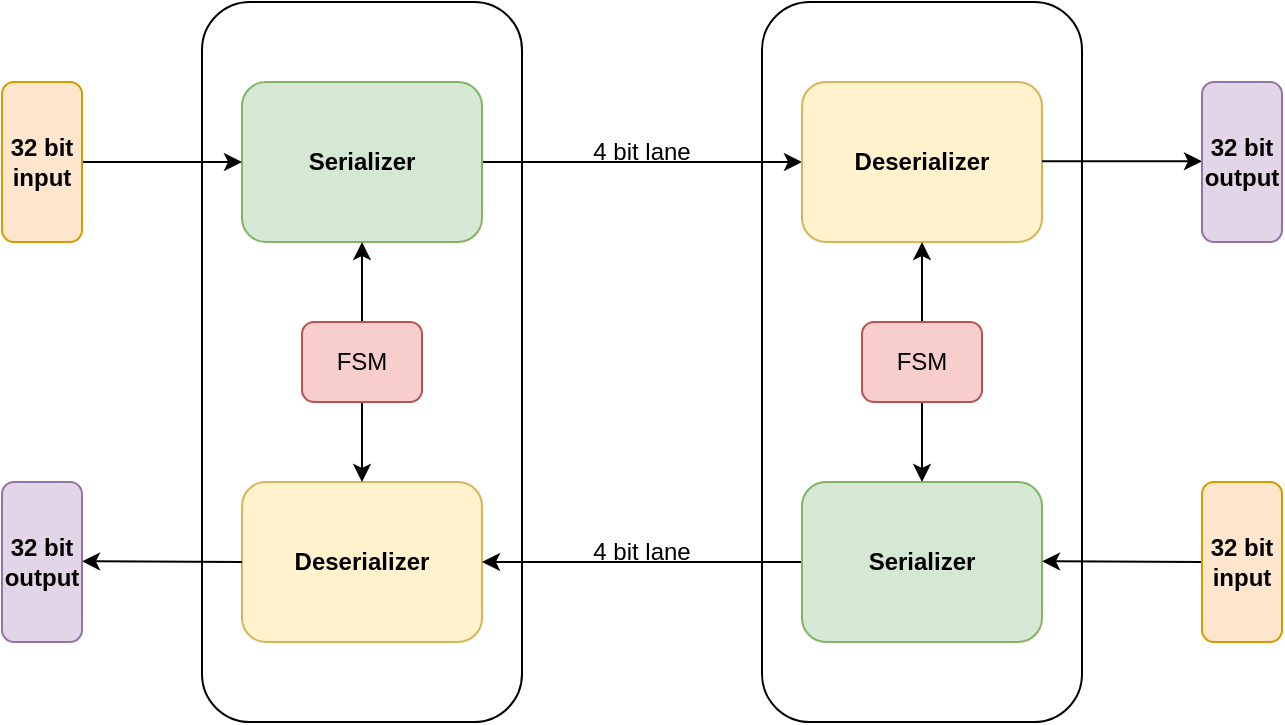
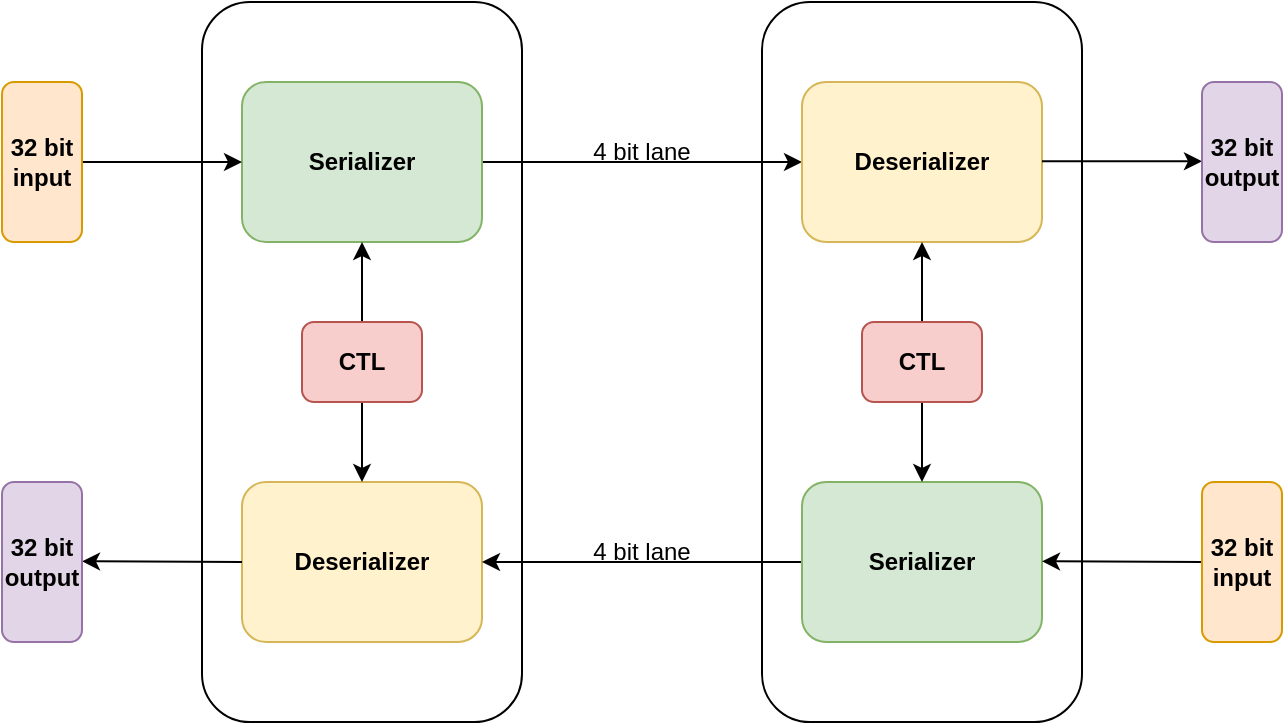
<mxfile host="app.diagrams.net" pages="4">
  <diagram name="SerDes Block Diagram" id="W4ALeMc_fcv-iuW4_5jM">
-     <mxGraphModel dx="637" dy="921" grid="1" gridSize="10" guides="1" tooltips="1" connect="1" arrows="1" fold="1" page="1" pageScale="1" pageWidth="850" pageHeight="1100" math="0" shadow="0">
+     <mxGraphModel dx="654" dy="921" grid="1" gridSize="10" guides="1" tooltips="1" connect="1" arrows="1" fold="1" page="1" pageScale="1" pageWidth="850" pageHeight="1100" math="0" shadow="0">
      <root>
        <mxCell id="0" />
        <mxCell id="1" parent="0" />
        <mxCell id="13rOEOkUA4Yrk083lLE4-12" parent="1" style="rounded=1;whiteSpace=wrap;html=1;" value="" vertex="1">
          <mxGeometry height="360" width="160" x="460" y="160" as="geometry" />
        </mxCell>
        <mxCell id="13rOEOkUA4Yrk083lLE4-11" parent="1" style="rounded=1;whiteSpace=wrap;html=1;" value="" vertex="1">
          <mxGeometry height="360" width="160" x="180" y="160" as="geometry" />
        </mxCell>
        <mxCell id="13rOEOkUA4Yrk083lLE4-9" edge="1" parent="1" source="D67Tu_U39foHL8RCta2M-1" style="edgeStyle=orthogonalEdgeStyle;rounded=0;orthogonalLoop=1;jettySize=auto;html=1;exitX=1;exitY=0.5;exitDx=0;exitDy=0;entryX=0;entryY=0.5;entryDx=0;entryDy=0;" target="13rOEOkUA4Yrk083lLE4-4">
          <mxGeometry relative="1" as="geometry" />
        </mxCell>
        <mxCell id="D67Tu_U39foHL8RCta2M-1" parent="1" style="rounded=1;whiteSpace=wrap;html=1;fontStyle=1;fillColor=#d5e8d4;strokeColor=#82b366;" value="Serializer" vertex="1">
          <mxGeometry height="80" width="120" x="200" y="200" as="geometry" />
        </mxCell>
        <mxCell id="D67Tu_U39foHL8RCta2M-2" parent="1" style="rounded=1;whiteSpace=wrap;html=1;fontStyle=1;fillColor=#fff2cc;strokeColor=#d6b656;" value="Deserializer" vertex="1">
          <mxGeometry height="80" width="120" x="200" y="400" as="geometry" />
        </mxCell>
        <mxCell id="13rOEOkUA4Yrk083lLE4-2" edge="1" parent="1" source="13rOEOkUA4Yrk083lLE4-1" style="edgeStyle=orthogonalEdgeStyle;rounded=0;orthogonalLoop=1;jettySize=auto;html=1;entryX=0.5;entryY=1;entryDx=0;entryDy=0;" target="D67Tu_U39foHL8RCta2M-1">
          <mxGeometry relative="1" as="geometry" />
        </mxCell>
        <mxCell id="13rOEOkUA4Yrk083lLE4-3" edge="1" parent="1" source="13rOEOkUA4Yrk083lLE4-1" style="edgeStyle=orthogonalEdgeStyle;rounded=0;orthogonalLoop=1;jettySize=auto;html=1;entryX=0.5;entryY=0;entryDx=0;entryDy=0;" target="D67Tu_U39foHL8RCta2M-2">
          <mxGeometry relative="1" as="geometry" />
        </mxCell>
-         <mxCell id="13rOEOkUA4Yrk083lLE4-1" parent="1" style="rounded=1;whiteSpace=wrap;html=1;fillColor=#f8cecc;strokeColor=#b85450;" value="FSM" vertex="1">
+         <mxCell id="13rOEOkUA4Yrk083lLE4-1" parent="1" style="rounded=1;whiteSpace=wrap;html=1;fillColor=#f8cecc;strokeColor=#b85450;fontStyle=1" value="CTL" vertex="1">
          <mxGeometry height="40" width="60" x="230" y="320" as="geometry" />
        </mxCell>
        <mxCell id="13rOEOkUA4Yrk083lLE4-4" parent="1" style="rounded=1;whiteSpace=wrap;html=1;fontStyle=1;fillColor=#fff2cc;strokeColor=#d6b656;" value="Deserializer" vertex="1">
          <mxGeometry height="80" width="120" x="480" y="200" as="geometry" />
        </mxCell>
        <mxCell id="13rOEOkUA4Yrk083lLE4-10" edge="1" parent="1" source="13rOEOkUA4Yrk083lLE4-5" style="edgeStyle=orthogonalEdgeStyle;rounded=0;orthogonalLoop=1;jettySize=auto;html=1;entryX=1;entryY=0.5;entryDx=0;entryDy=0;" target="D67Tu_U39foHL8RCta2M-2">
          <mxGeometry relative="1" as="geometry" />
        </mxCell>
        <mxCell id="13rOEOkUA4Yrk083lLE4-5" parent="1" style="rounded=1;whiteSpace=wrap;html=1;fontStyle=1;fillColor=#d5e8d4;strokeColor=#82b366;" value="Serializer" vertex="1">
          <mxGeometry height="80" width="120" x="480" y="400" as="geometry" />
        </mxCell>
        <mxCell id="13rOEOkUA4Yrk083lLE4-6" edge="1" parent="1" source="13rOEOkUA4Yrk083lLE4-8" style="edgeStyle=orthogonalEdgeStyle;rounded=0;orthogonalLoop=1;jettySize=auto;html=1;entryX=0.5;entryY=1;entryDx=0;entryDy=0;" target="13rOEOkUA4Yrk083lLE4-4">
          <mxGeometry relative="1" as="geometry" />
        </mxCell>
        <mxCell id="13rOEOkUA4Yrk083lLE4-7" edge="1" parent="1" source="13rOEOkUA4Yrk083lLE4-8" style="edgeStyle=orthogonalEdgeStyle;rounded=0;orthogonalLoop=1;jettySize=auto;html=1;entryX=0.5;entryY=0;entryDx=0;entryDy=0;" target="13rOEOkUA4Yrk083lLE4-5">
          <mxGeometry relative="1" as="geometry" />
        </mxCell>
-         <mxCell id="13rOEOkUA4Yrk083lLE4-8" parent="1" style="rounded=1;whiteSpace=wrap;html=1;fillColor=#f8cecc;strokeColor=#b85450;" value="FSM" vertex="1">
+         <mxCell id="13rOEOkUA4Yrk083lLE4-8" parent="1" style="rounded=1;whiteSpace=wrap;html=1;fillColor=#f8cecc;strokeColor=#b85450;fontStyle=1" value="CTL" vertex="1">
          <mxGeometry height="40" width="60" x="510" y="320" as="geometry" />
        </mxCell>
        <mxCell id="13rOEOkUA4Yrk083lLE4-13" edge="1" parent="1" style="endArrow=classic;html=1;rounded=0;" value="">
          <mxGeometry height="50" relative="1" width="50" as="geometry">
            <mxPoint x="120" y="240" as="sourcePoint" />
            <mxPoint x="200" y="240" as="targetPoint" />
          </mxGeometry>
        </mxCell>
        <mxCell id="13rOEOkUA4Yrk083lLE4-14" edge="1" parent="1" style="endArrow=classic;html=1;rounded=0;" value="">
          <mxGeometry height="50" relative="1" width="50" as="geometry">
            <mxPoint x="600" y="239.66" as="sourcePoint" />
            <mxPoint x="680" y="239.66" as="targetPoint" />
          </mxGeometry>
        </mxCell>
        <mxCell id="13rOEOkUA4Yrk083lLE4-15" edge="1" parent="1" style="endArrow=classic;html=1;rounded=0;" value="">
          <mxGeometry height="50" relative="1" width="50" as="geometry">
            <mxPoint x="680" y="440" as="sourcePoint" />
            <mxPoint x="600" y="439.65999999999997" as="targetPoint" />
          </mxGeometry>
        </mxCell>
        <mxCell id="13rOEOkUA4Yrk083lLE4-16" edge="1" parent="1" style="endArrow=classic;html=1;rounded=0;" value="">
          <mxGeometry height="50" relative="1" width="50" as="geometry">
            <mxPoint x="200" y="440" as="sourcePoint" />
            <mxPoint x="120" y="439.65999999999997" as="targetPoint" />
          </mxGeometry>
        </mxCell>
        <mxCell id="13rOEOkUA4Yrk083lLE4-17" parent="1" style="rounded=1;whiteSpace=wrap;html=1;fillColor=#ffe6cc;strokeColor=#d79b00;fontStyle=1" value="32 bit input" vertex="1">
          <mxGeometry height="80" width="40" x="80" y="200" as="geometry" />
        </mxCell>
        <mxCell id="13rOEOkUA4Yrk083lLE4-18" parent="1" style="rounded=1;whiteSpace=wrap;html=1;fillColor=#e1d5e7;strokeColor=#9673a6;fontStyle=1" value="32 bit output" vertex="1">
          <mxGeometry height="80" width="40" x="80" y="400" as="geometry" />
        </mxCell>
        <mxCell id="13rOEOkUA4Yrk083lLE4-19" parent="1" style="rounded=1;whiteSpace=wrap;html=1;fillColor=#e1d5e7;strokeColor=#9673a6;fontStyle=1" value="32 bit output" vertex="1">
          <mxGeometry height="80" width="40" x="680" y="200" as="geometry" />
        </mxCell>
        <mxCell id="13rOEOkUA4Yrk083lLE4-20" parent="1" style="rounded=1;whiteSpace=wrap;html=1;fillColor=#ffe6cc;strokeColor=#d79b00;fontStyle=1" value="32 bit input" vertex="1">
          <mxGeometry height="80" width="40" x="680" y="400" as="geometry" />
        </mxCell>
        <mxCell id="13rOEOkUA4Yrk083lLE4-21" parent="1" style="text;html=1;whiteSpace=wrap;strokeColor=none;fillColor=none;align=center;verticalAlign=middle;rounded=0;" value="4 bit lane" vertex="1">
          <mxGeometry height="30" width="60" x="370" y="220" as="geometry" />
        </mxCell>
        <mxCell id="13rOEOkUA4Yrk083lLE4-22" parent="1" style="text;html=1;whiteSpace=wrap;strokeColor=none;fillColor=none;align=center;verticalAlign=middle;rounded=0;" value="4 bit lane" vertex="1">
          <mxGeometry height="30" width="60" x="370" y="420" as="geometry" />
        </mxCell>
      </root>
    </mxGraphModel>
  </diagram>
  <diagram id="SM-vHWCTu8mX1VBDOvTN" name="Serializer">
    <mxGraphModel dx="449" dy="631" grid="1" gridSize="10" guides="1" tooltips="1" connect="1" arrows="1" fold="1" page="1" pageScale="1" pageWidth="850" pageHeight="1100" math="0" shadow="0">
      <root>
        <mxCell id="0" />
        <mxCell id="1" parent="0" />
        <mxCell id="HrDtkqU3LfZi8aYhjFWm-23" parent="1" style="rounded=0;whiteSpace=wrap;html=1;fillColor=#f5f5f5;fontColor=#333333;strokeColor=#666666;" value="" vertex="1">
          <mxGeometry height="350" width="390" x="150" y="150" as="geometry" />
        </mxCell>
        <mxCell id="pC2hHluhtUZVfC5RP3EN-9" edge="1" parent="1" source="pC2hHluhtUZVfC5RP3EN-1" style="edgeStyle=orthogonalEdgeStyle;rounded=0;orthogonalLoop=1;jettySize=auto;html=1;entryX=0;entryY=0.5;entryDx=0;entryDy=0;strokeWidth=3;fontStyle=1" target="pC2hHluhtUZVfC5RP3EN-5">
          <mxGeometry relative="1" as="geometry" />
        </mxCell>
        <mxCell id="pC2hHluhtUZVfC5RP3EN-1" parent="1" style="rounded=1;whiteSpace=wrap;html=1;fontStyle=1;fillColor=#f8cecc;strokeColor=#b85450;" value="8b_10b encoder" vertex="1">
          <mxGeometry height="60" width="120" x="240" y="160" as="geometry" />
        </mxCell>
        <mxCell id="pC2hHluhtUZVfC5RP3EN-11" edge="1" parent="1" source="pC2hHluhtUZVfC5RP3EN-2" style="edgeStyle=orthogonalEdgeStyle;rounded=0;orthogonalLoop=1;jettySize=auto;html=1;strokeWidth=3;fontStyle=1" target="pC2hHluhtUZVfC5RP3EN-6" value="">
          <mxGeometry relative="1" as="geometry" />
        </mxCell>
        <mxCell id="pC2hHluhtUZVfC5RP3EN-2" parent="1" style="rounded=1;whiteSpace=wrap;html=1;fontStyle=1;fillColor=#f8cecc;strokeColor=#b85450;" value="8b_10b encoder" vertex="1">
          <mxGeometry height="60" width="120" x="240" y="240" as="geometry" />
        </mxCell>
        <mxCell id="pC2hHluhtUZVfC5RP3EN-12" edge="1" parent="1" source="pC2hHluhtUZVfC5RP3EN-3" style="edgeStyle=orthogonalEdgeStyle;rounded=0;orthogonalLoop=1;jettySize=auto;html=1;strokeWidth=3;fontStyle=1" target="pC2hHluhtUZVfC5RP3EN-7" value="">
          <mxGeometry relative="1" as="geometry" />
        </mxCell>
        <mxCell id="pC2hHluhtUZVfC5RP3EN-3" parent="1" style="rounded=1;whiteSpace=wrap;html=1;fontStyle=1;fillColor=#f8cecc;strokeColor=#b85450;" value="8b_10b encoder" vertex="1">
          <mxGeometry height="60" width="120" x="240" y="320" as="geometry" />
        </mxCell>
        <mxCell id="pC2hHluhtUZVfC5RP3EN-13" edge="1" parent="1" source="pC2hHluhtUZVfC5RP3EN-4" style="edgeStyle=orthogonalEdgeStyle;rounded=0;orthogonalLoop=1;jettySize=auto;html=1;strokeWidth=3;fontStyle=1" target="pC2hHluhtUZVfC5RP3EN-8" value="">
          <mxGeometry relative="1" as="geometry" />
        </mxCell>
        <mxCell id="pC2hHluhtUZVfC5RP3EN-4" parent="1" style="rounded=1;whiteSpace=wrap;html=1;fontStyle=1;fillColor=#f8cecc;strokeColor=#b85450;" value="8b_10b encoder" vertex="1">
          <mxGeometry height="60" width="120" x="240" y="400" as="geometry" />
        </mxCell>
        <mxCell id="89ZLC0GaL6CsAaurwa_B-12" edge="1" parent="1" source="pC2hHluhtUZVfC5RP3EN-5" style="edgeStyle=orthogonalEdgeStyle;rounded=0;orthogonalLoop=1;jettySize=auto;html=1;">
          <mxGeometry relative="1" as="geometry">
            <mxPoint x="560" y="190" as="targetPoint" />
          </mxGeometry>
        </mxCell>
        <mxCell id="pC2hHluhtUZVfC5RP3EN-5" parent="1" style="rounded=1;whiteSpace=wrap;html=1;fontStyle=1;fillColor=#ffe6cc;strokeColor=#d79b00;" value="PISO" vertex="1">
          <mxGeometry height="60" width="120" x="400" y="160" as="geometry" />
        </mxCell>
        <mxCell id="89ZLC0GaL6CsAaurwa_B-13" edge="1" parent="1" source="pC2hHluhtUZVfC5RP3EN-6" style="edgeStyle=orthogonalEdgeStyle;rounded=0;orthogonalLoop=1;jettySize=auto;html=1;">
          <mxGeometry relative="1" as="geometry">
            <mxPoint x="560" y="270" as="targetPoint" />
          </mxGeometry>
        </mxCell>
        <mxCell id="pC2hHluhtUZVfC5RP3EN-6" parent="1" style="rounded=1;whiteSpace=wrap;html=1;fontStyle=1;fillColor=#ffe6cc;strokeColor=#d79b00;" value="PISO" vertex="1">
          <mxGeometry height="60" width="120" x="400" y="240" as="geometry" />
        </mxCell>
        <mxCell id="89ZLC0GaL6CsAaurwa_B-14" edge="1" parent="1" source="pC2hHluhtUZVfC5RP3EN-7" style="edgeStyle=orthogonalEdgeStyle;rounded=0;orthogonalLoop=1;jettySize=auto;html=1;">
          <mxGeometry relative="1" as="geometry">
            <mxPoint x="560" y="350" as="targetPoint" />
          </mxGeometry>
        </mxCell>
        <mxCell id="pC2hHluhtUZVfC5RP3EN-7" parent="1" style="rounded=1;whiteSpace=wrap;html=1;fontStyle=1;fillColor=#ffe6cc;strokeColor=#d79b00;" value="PISO" vertex="1">
          <mxGeometry height="60" width="120" x="400" y="320" as="geometry" />
        </mxCell>
        <mxCell id="89ZLC0GaL6CsAaurwa_B-15" edge="1" parent="1" source="pC2hHluhtUZVfC5RP3EN-8" style="edgeStyle=orthogonalEdgeStyle;rounded=0;orthogonalLoop=1;jettySize=auto;html=1;">
          <mxGeometry relative="1" as="geometry">
            <mxPoint x="560" y="430" as="targetPoint" />
          </mxGeometry>
        </mxCell>
        <mxCell id="pC2hHluhtUZVfC5RP3EN-8" parent="1" style="rounded=1;whiteSpace=wrap;html=1;fontStyle=1;fillColor=#ffe6cc;strokeColor=#d79b00;" value="PISO" vertex="1">
          <mxGeometry height="60" width="120" x="400" y="400" as="geometry" />
        </mxCell>
        <mxCell id="89ZLC0GaL6CsAaurwa_B-1" parent="1" style="rounded=1;whiteSpace=wrap;html=1;fillColor=#ffe6cc;strokeColor=#d79b00;fontStyle=1" value="32 bit input" vertex="1">
          <mxGeometry height="80" width="40" x="80" y="270" as="geometry" />
        </mxCell>
        <mxCell id="89ZLC0GaL6CsAaurwa_B-3" edge="1" parent="1" source="89ZLC0GaL6CsAaurwa_B-1" style="endArrow=none;html=1;rounded=0;exitX=1;exitY=0.5;exitDx=0;exitDy=0;strokeWidth=3;" value="">
          <mxGeometry height="50" relative="1" width="50" as="geometry">
            <mxPoint x="150" y="310" as="sourcePoint" />
            <mxPoint x="160" y="310" as="targetPoint" />
          </mxGeometry>
        </mxCell>
        <mxCell id="89ZLC0GaL6CsAaurwa_B-4" edge="1" parent="1" source="89ZLC0GaL6CsAaurwa_B-17" style="endArrow=none;html=1;rounded=0;strokeWidth=3;" value="">
          <mxGeometry height="50" relative="1" width="50" as="geometry">
            <mxPoint x="160" y="430" as="sourcePoint" />
            <mxPoint x="160" y="190" as="targetPoint" />
          </mxGeometry>
        </mxCell>
        <mxCell id="89ZLC0GaL6CsAaurwa_B-5" edge="1" parent="1" style="endArrow=classic;html=1;rounded=0;entryX=0;entryY=0.5;entryDx=0;entryDy=0;strokeWidth=3;" target="pC2hHluhtUZVfC5RP3EN-1" value="">
          <mxGeometry height="50" relative="1" width="50" as="geometry">
            <mxPoint x="160" y="190" as="sourcePoint" />
            <mxPoint x="210" y="160" as="targetPoint" />
          </mxGeometry>
        </mxCell>
        <mxCell id="89ZLC0GaL6CsAaurwa_B-6" edge="1" parent="1" source="89ZLC0GaL6CsAaurwa_B-9" style="endArrow=classic;html=1;rounded=0;entryX=0;entryY=0.5;entryDx=0;entryDy=0;strokeWidth=3;" value="">
          <mxGeometry height="50" relative="1" width="50" as="geometry">
            <mxPoint x="160" y="269.9" as="sourcePoint" />
            <mxPoint x="240" y="269.9" as="targetPoint" />
          </mxGeometry>
        </mxCell>
        <mxCell id="89ZLC0GaL6CsAaurwa_B-7" edge="1" parent="1" source="89ZLC0GaL6CsAaurwa_B-11" style="endArrow=classic;html=1;rounded=0;entryX=0;entryY=0.5;entryDx=0;entryDy=0;strokeWidth=3;" value="">
          <mxGeometry height="50" relative="1" width="50" as="geometry">
            <mxPoint x="160" y="349.9" as="sourcePoint" />
            <mxPoint x="240" y="349.9" as="targetPoint" />
          </mxGeometry>
        </mxCell>
        <mxCell id="89ZLC0GaL6CsAaurwa_B-8" edge="1" parent="1" style="endArrow=classic;html=1;rounded=0;entryX=0;entryY=0.5;entryDx=0;entryDy=0;strokeWidth=3;" value="">
          <mxGeometry height="50" relative="1" width="50" as="geometry">
            <mxPoint x="160" y="429.9" as="sourcePoint" />
            <mxPoint x="240" y="429.9" as="targetPoint" />
          </mxGeometry>
        </mxCell>
        <mxCell id="89ZLC0GaL6CsAaurwa_B-9" parent="1" style="shape=waypoint;sketch=0;fillStyle=solid;size=6;pointerEvents=1;points=[];fillColor=none;resizable=0;rotatable=0;perimeter=centerPerimeter;snapToPoint=1;strokeWidth=3;fontStyle=0" value="" vertex="1">
          <mxGeometry height="20" width="20" x="150" y="259.9" as="geometry" />
        </mxCell>
        <mxCell id="89ZLC0GaL6CsAaurwa_B-10" edge="1" parent="1" style="endArrow=classic;html=1;rounded=0;entryDx=0;entryDy=0;strokeWidth=3;" target="89ZLC0GaL6CsAaurwa_B-11" value="">
          <mxGeometry height="50" relative="1" width="50" as="geometry">
            <mxPoint x="160" y="349.9" as="sourcePoint" />
            <mxPoint x="240" y="349.9" as="targetPoint" />
          </mxGeometry>
        </mxCell>
        <mxCell id="89ZLC0GaL6CsAaurwa_B-11" parent="1" style="shape=waypoint;sketch=0;fillStyle=solid;size=6;pointerEvents=1;points=[];fillColor=none;resizable=0;rotatable=0;perimeter=centerPerimeter;snapToPoint=1;strokeWidth=3;" value="" vertex="1">
          <mxGeometry height="20" width="20" x="150" y="340" as="geometry" />
        </mxCell>
        <mxCell id="89ZLC0GaL6CsAaurwa_B-18" edge="1" parent="1" style="endArrow=none;html=1;rounded=0;strokeWidth=3;" target="89ZLC0GaL6CsAaurwa_B-17" value="">
          <mxGeometry height="50" relative="1" width="50" as="geometry">
            <mxPoint x="160" y="430" as="sourcePoint" />
            <mxPoint x="160" y="190" as="targetPoint" />
          </mxGeometry>
        </mxCell>
        <mxCell id="89ZLC0GaL6CsAaurwa_B-17" parent="1" style="shape=waypoint;sketch=0;fillStyle=solid;size=6;pointerEvents=1;points=[];fillColor=none;resizable=0;rotatable=0;perimeter=centerPerimeter;snapToPoint=1;strokeWidth=3;fontStyle=0" value="" vertex="1">
          <mxGeometry height="20" width="20" x="150" y="300" as="geometry" />
        </mxCell>
        <mxCell id="HrDtkqU3LfZi8aYhjFWm-1" parent="1" style="text;html=1;whiteSpace=wrap;strokeColor=none;fillColor=none;align=center;verticalAlign=middle;rounded=0;" value="8 bit [31:24]" vertex="1">
          <mxGeometry height="30" width="70" x="160" y="160" as="geometry" />
        </mxCell>
        <mxCell id="HrDtkqU3LfZi8aYhjFWm-2" parent="1" style="text;html=1;whiteSpace=wrap;strokeColor=none;fillColor=none;align=center;verticalAlign=middle;rounded=0;" value="8 bit [23:16]" vertex="1">
          <mxGeometry height="30" width="70" x="160" y="240" as="geometry" />
        </mxCell>
        <mxCell id="HrDtkqU3LfZi8aYhjFWm-3" parent="1" style="text;html=1;whiteSpace=wrap;strokeColor=none;fillColor=none;align=center;verticalAlign=middle;rounded=0;" value="8 bit [15:8]" vertex="1">
          <mxGeometry height="30" width="70" x="160" y="320" as="geometry" />
        </mxCell>
        <mxCell id="HrDtkqU3LfZi8aYhjFWm-4" parent="1" style="text;html=1;whiteSpace=wrap;strokeColor=none;fillColor=none;align=center;verticalAlign=middle;rounded=0;" value="8 bit [7:0]" vertex="1">
          <mxGeometry height="30" width="70" x="160" y="400" as="geometry" />
        </mxCell>
        <mxCell id="HrDtkqU3LfZi8aYhjFWm-6" edge="1" parent="1" style="endArrow=classic;html=1;rounded=0;entryX=0.5;entryY=1;entryDx=0;entryDy=0;fillColor=#ffe6cc;strokeColor=#d79b00;" target="pC2hHluhtUZVfC5RP3EN-8" value="">
          <mxGeometry height="50" relative="1" width="50" as="geometry">
            <mxPoint x="460" y="490" as="sourcePoint" />
            <mxPoint x="470" y="470" as="targetPoint" />
          </mxGeometry>
        </mxCell>
        <mxCell id="HrDtkqU3LfZi8aYhjFWm-7" edge="1" parent="1" style="endArrow=classic;html=1;rounded=0;entryX=0.5;entryY=1;entryDx=0;entryDy=0;fillColor=#ffe6cc;strokeColor=#d79b00;" value="">
          <mxGeometry height="50" relative="1" width="50" as="geometry">
            <mxPoint x="459.83" y="400" as="sourcePoint" />
            <mxPoint x="459.83" y="380" as="targetPoint" />
          </mxGeometry>
        </mxCell>
        <mxCell id="HrDtkqU3LfZi8aYhjFWm-8" edge="1" parent="1" style="endArrow=classic;html=1;rounded=0;entryX=0.5;entryY=1;entryDx=0;entryDy=0;fillColor=#ffe6cc;strokeColor=#d79b00;" value="">
          <mxGeometry height="50" relative="1" width="50" as="geometry">
            <mxPoint x="459.92" y="320" as="sourcePoint" />
            <mxPoint x="459.92" y="300" as="targetPoint" />
          </mxGeometry>
        </mxCell>
        <mxCell id="HrDtkqU3LfZi8aYhjFWm-9" edge="1" parent="1" style="endArrow=classic;html=1;rounded=0;entryX=0.5;entryY=1;entryDx=0;entryDy=0;fillColor=#ffe6cc;strokeColor=#d79b00;" value="">
          <mxGeometry height="50" relative="1" width="50" as="geometry">
            <mxPoint x="459.75" y="240" as="sourcePoint" />
            <mxPoint x="459.75" y="220" as="targetPoint" />
          </mxGeometry>
        </mxCell>
        <mxCell id="HrDtkqU3LfZi8aYhjFWm-10" edge="1" parent="1" style="endArrow=none;html=1;rounded=0;fillColor=#ffe6cc;strokeColor=#d79b00;" value="">
          <mxGeometry height="50" relative="1" width="50" as="geometry">
            <mxPoint x="120" y="490" as="sourcePoint" />
            <mxPoint x="460" y="490" as="targetPoint" />
          </mxGeometry>
        </mxCell>
        <mxCell id="HrDtkqU3LfZi8aYhjFWm-15" edge="1" parent="1" style="endArrow=classic;html=1;rounded=0;entryX=0.5;entryY=1;entryDx=0;entryDy=0;fillColor=#f8cecc;strokeColor=#b85450;" value="">
          <mxGeometry height="50" relative="1" width="50" as="geometry">
            <mxPoint x="299.93" y="480" as="sourcePoint" />
            <mxPoint x="299.93" y="460" as="targetPoint" />
          </mxGeometry>
        </mxCell>
        <mxCell id="HrDtkqU3LfZi8aYhjFWm-16" edge="1" parent="1" style="endArrow=classic;html=1;rounded=0;entryX=0.5;entryY=1;entryDx=0;entryDy=0;fillColor=#f8cecc;strokeColor=#b85450;" value="">
          <mxGeometry height="50" relative="1" width="50" as="geometry">
            <mxPoint x="299.76" y="400" as="sourcePoint" />
            <mxPoint x="299.76" y="380" as="targetPoint" />
          </mxGeometry>
        </mxCell>
        <mxCell id="HrDtkqU3LfZi8aYhjFWm-17" edge="1" parent="1" style="endArrow=classic;html=1;rounded=0;entryX=0.5;entryY=1;entryDx=0;entryDy=0;fillColor=#f8cecc;strokeColor=#b85450;" value="">
          <mxGeometry height="50" relative="1" width="50" as="geometry">
            <mxPoint x="299.85" y="320" as="sourcePoint" />
            <mxPoint x="299.85" y="300" as="targetPoint" />
          </mxGeometry>
        </mxCell>
        <mxCell id="HrDtkqU3LfZi8aYhjFWm-18" edge="1" parent="1" style="endArrow=classic;html=1;rounded=0;entryX=0.5;entryY=1;entryDx=0;entryDy=0;fillColor=#f8cecc;strokeColor=#b85450;" value="">
          <mxGeometry height="50" relative="1" width="50" as="geometry">
            <mxPoint x="299.68" y="240" as="sourcePoint" />
            <mxPoint x="299.68" y="220" as="targetPoint" />
          </mxGeometry>
        </mxCell>
        <mxCell id="HrDtkqU3LfZi8aYhjFWm-19" edge="1" parent="1" style="endArrow=none;html=1;rounded=0;fillColor=#f8cecc;strokeColor=#b85450;" value="">
          <mxGeometry height="50" relative="1" width="50" as="geometry">
            <mxPoint x="120" y="480" as="sourcePoint" />
            <mxPoint x="300" y="480" as="targetPoint" />
          </mxGeometry>
        </mxCell>
        <mxCell id="HrDtkqU3LfZi8aYhjFWm-20" parent="1" style="text;html=1;whiteSpace=wrap;strokeColor=none;fillColor=none;align=center;verticalAlign=middle;rounded=0;" value="enc_en" vertex="1">
          <mxGeometry height="20" width="70" x="90" y="460" as="geometry" />
        </mxCell>
        <mxCell id="HrDtkqU3LfZi8aYhjFWm-21" parent="1" style="text;html=1;whiteSpace=wrap;strokeColor=none;fillColor=none;align=center;verticalAlign=middle;rounded=0;" value="load" vertex="1">
          <mxGeometry height="20" width="60" x="95" y="490" as="geometry" />
        </mxCell>
        <mxCell id="QcQl9qD14WPaOGdumEFb-1" parent="1" style="text;html=1;whiteSpace=wrap;strokeColor=none;fillColor=none;align=center;verticalAlign=middle;rounded=0;" value="serial_o_1" vertex="1">
          <mxGeometry height="30" width="70" x="560" y="175" as="geometry" />
        </mxCell>
        <mxCell id="QcQl9qD14WPaOGdumEFb-2" parent="1" style="text;html=1;whiteSpace=wrap;strokeColor=none;fillColor=none;align=center;verticalAlign=middle;rounded=0;" value="serial_o_2" vertex="1">
          <mxGeometry height="30" width="70" x="560" y="254.9" as="geometry" />
        </mxCell>
        <mxCell id="QcQl9qD14WPaOGdumEFb-3" parent="1" style="text;html=1;whiteSpace=wrap;strokeColor=none;fillColor=none;align=center;verticalAlign=middle;rounded=0;" value="serial_o_3" vertex="1">
          <mxGeometry height="30" width="70" x="560" y="335" as="geometry" />
        </mxCell>
        <mxCell id="QcQl9qD14WPaOGdumEFb-4" parent="1" style="text;html=1;whiteSpace=wrap;strokeColor=none;fillColor=none;align=center;verticalAlign=middle;rounded=0;" value="serial_o_4" vertex="1">
          <mxGeometry height="30" width="70" x="560" y="415" as="geometry" />
        </mxCell>
      </root>
    </mxGraphModel>
  </diagram>
  <diagram id="Xj6hvQzYHJ6Y6QKgor_t" name="Deserializer">
    <mxGraphModel dx="654" dy="921" grid="1" gridSize="10" guides="1" tooltips="1" connect="1" arrows="1" fold="1" page="1" pageScale="1" pageWidth="850" pageHeight="1100" math="0" shadow="0">
      <root>
        <mxCell id="0" />
        <mxCell id="1" parent="0" />
        <mxCell id="0dXxwzbn42iffygLzoBh-2" parent="1" style="rounded=0;whiteSpace=wrap;html=1;fillColor=#f5f5f5;fontColor=#333333;strokeColor=#666666;" value="" vertex="1">
          <mxGeometry height="360" width="350" x="260" y="270" as="geometry" />
        </mxCell>
        <mxCell id="9Eho-R_DtEHTD2qOrNkG-1" parent="1" style="rounded=1;whiteSpace=wrap;html=1;fontStyle=1;fillColor=#f8cecc;strokeColor=#b85450;" value="10b_8b decoder" vertex="1">
          <mxGeometry height="60" width="120" x="440" y="280" as="geometry" />
        </mxCell>
        <mxCell id="9Eho-R_DtEHTD2qOrNkG-2" parent="1" style="rounded=1;whiteSpace=wrap;html=1;fontStyle=1;fillColor=#f8cecc;strokeColor=#b85450;" value="10b_8b decoder" vertex="1">
          <mxGeometry height="60" width="120" x="440" y="360" as="geometry" />
        </mxCell>
        <mxCell id="9Eho-R_DtEHTD2qOrNkG-3" parent="1" style="rounded=1;whiteSpace=wrap;html=1;fontStyle=1;fillColor=#f8cecc;strokeColor=#b85450;" value="10b_8b decoder" vertex="1">
          <mxGeometry height="60" width="120" x="440" y="440" as="geometry" />
        </mxCell>
        <mxCell id="9Eho-R_DtEHTD2qOrNkG-4" parent="1" style="rounded=1;whiteSpace=wrap;html=1;fontStyle=1;fillColor=#f8cecc;strokeColor=#b85450;" value="10b_8b decoder" vertex="1">
          <mxGeometry height="60" width="120" x="440" y="520" as="geometry" />
        </mxCell>
        <mxCell id="9Eho-R_DtEHTD2qOrNkG-6" edge="1" parent="1" style="endArrow=classic;html=1;rounded=0;entryX=0.5;entryY=1;entryDx=0;entryDy=0;fillColor=#f8cecc;strokeColor=#b85450;" value="">
          <mxGeometry height="50" relative="1" width="50" as="geometry">
            <mxPoint x="499.76" y="520" as="sourcePoint" />
            <mxPoint x="499.76" y="500" as="targetPoint" />
          </mxGeometry>
        </mxCell>
        <mxCell id="9Eho-R_DtEHTD2qOrNkG-7" edge="1" parent="1" style="endArrow=classic;html=1;rounded=0;entryX=0.5;entryY=1;entryDx=0;entryDy=0;fillColor=#f8cecc;strokeColor=#b85450;" value="">
          <mxGeometry height="50" relative="1" width="50" as="geometry">
            <mxPoint x="499.85" y="440" as="sourcePoint" />
            <mxPoint x="499.85" y="420" as="targetPoint" />
          </mxGeometry>
        </mxCell>
        <mxCell id="9Eho-R_DtEHTD2qOrNkG-8" edge="1" parent="1" style="endArrow=classic;html=1;rounded=0;entryX=0.5;entryY=1;entryDx=0;entryDy=0;fillColor=#f8cecc;strokeColor=#b85450;" value="">
          <mxGeometry height="50" relative="1" width="50" as="geometry">
            <mxPoint x="499.68" y="360" as="sourcePoint" />
            <mxPoint x="499.68" y="340" as="targetPoint" />
          </mxGeometry>
        </mxCell>
        <mxCell id="4FhU8_3ytNa-HGq9HzIw-1" edge="1" parent="1" source="4FhU8_3ytNa-HGq9HzIw-2" style="edgeStyle=orthogonalEdgeStyle;rounded=0;orthogonalLoop=1;jettySize=auto;html=1;strokeWidth=3;">
          <mxGeometry relative="1" as="geometry">
            <mxPoint x="440" y="310" as="targetPoint" />
          </mxGeometry>
        </mxCell>
        <mxCell id="4FhU8_3ytNa-HGq9HzIw-2" parent="1" style="rounded=1;whiteSpace=wrap;html=1;fontStyle=1;fillColor=#ffe6cc;strokeColor=#d79b00;" value="SIPO" vertex="1">
          <mxGeometry height="60" width="120" x="280" y="280" as="geometry" />
        </mxCell>
        <mxCell id="4FhU8_3ytNa-HGq9HzIw-3" edge="1" parent="1" source="4FhU8_3ytNa-HGq9HzIw-4" style="edgeStyle=orthogonalEdgeStyle;rounded=0;orthogonalLoop=1;jettySize=auto;html=1;strokeWidth=3;">
          <mxGeometry relative="1" as="geometry">
            <mxPoint x="440" y="390" as="targetPoint" />
          </mxGeometry>
        </mxCell>
        <mxCell id="4FhU8_3ytNa-HGq9HzIw-4" parent="1" style="rounded=1;whiteSpace=wrap;html=1;fontStyle=1;fillColor=#ffe6cc;strokeColor=#d79b00;" value="SIPO" vertex="1">
          <mxGeometry height="60" width="120" x="280" y="360" as="geometry" />
        </mxCell>
        <mxCell id="4FhU8_3ytNa-HGq9HzIw-5" edge="1" parent="1" source="4FhU8_3ytNa-HGq9HzIw-6" style="edgeStyle=orthogonalEdgeStyle;rounded=0;orthogonalLoop=1;jettySize=auto;html=1;strokeWidth=3;">
          <mxGeometry relative="1" as="geometry">
            <mxPoint x="440" y="470" as="targetPoint" />
          </mxGeometry>
        </mxCell>
        <mxCell id="4FhU8_3ytNa-HGq9HzIw-6" parent="1" style="rounded=1;whiteSpace=wrap;html=1;fontStyle=1;fillColor=#ffe6cc;strokeColor=#d79b00;" value="SIPO" vertex="1">
          <mxGeometry height="60" width="120" x="280" y="440" as="geometry" />
        </mxCell>
        <mxCell id="4FhU8_3ytNa-HGq9HzIw-7" edge="1" parent="1" source="4FhU8_3ytNa-HGq9HzIw-8" style="edgeStyle=orthogonalEdgeStyle;rounded=0;orthogonalLoop=1;jettySize=auto;html=1;strokeWidth=3;">
          <mxGeometry relative="1" as="geometry">
            <mxPoint x="440" y="550" as="targetPoint" />
          </mxGeometry>
        </mxCell>
        <mxCell id="4FhU8_3ytNa-HGq9HzIw-8" parent="1" style="rounded=1;whiteSpace=wrap;html=1;fontStyle=1;fillColor=#ffe6cc;strokeColor=#d79b00;" value="SIPO" vertex="1">
          <mxGeometry height="60" width="120" x="280" y="520" as="geometry" />
        </mxCell>
        <mxCell id="4FhU8_3ytNa-HGq9HzIw-9" edge="1" parent="1" style="endArrow=classic;html=1;rounded=0;entryX=0.5;entryY=1;entryDx=0;entryDy=0;fillColor=#ffe6cc;strokeColor=#d79b00;" value="">
          <mxGeometry height="50" relative="1" width="50" as="geometry">
            <mxPoint x="339.8299999999999" y="520" as="sourcePoint" />
            <mxPoint x="339.8299999999999" y="500" as="targetPoint" />
          </mxGeometry>
        </mxCell>
        <mxCell id="4FhU8_3ytNa-HGq9HzIw-10" edge="1" parent="1" style="endArrow=classic;html=1;rounded=0;entryX=0.5;entryY=1;entryDx=0;entryDy=0;fillColor=#ffe6cc;strokeColor=#d79b00;" value="">
          <mxGeometry height="50" relative="1" width="50" as="geometry">
            <mxPoint x="339.9200000000001" y="440" as="sourcePoint" />
            <mxPoint x="339.9200000000001" y="420" as="targetPoint" />
          </mxGeometry>
        </mxCell>
        <mxCell id="4FhU8_3ytNa-HGq9HzIw-11" edge="1" parent="1" style="endArrow=classic;html=1;rounded=0;entryX=0.5;entryY=1;entryDx=0;entryDy=0;fillColor=#ffe6cc;strokeColor=#d79b00;" value="">
          <mxGeometry height="50" relative="1" width="50" as="geometry">
            <mxPoint x="339.75" y="360" as="sourcePoint" />
            <mxPoint x="339.75" y="340" as="targetPoint" />
          </mxGeometry>
        </mxCell>
        <mxCell id="4FhU8_3ytNa-HGq9HzIw-12" edge="1" parent="1" style="edgeStyle=orthogonalEdgeStyle;rounded=0;orthogonalLoop=1;jettySize=auto;html=1;">
          <mxGeometry relative="1" as="geometry">
            <mxPoint x="240" y="310" as="sourcePoint" />
            <mxPoint x="280" y="310" as="targetPoint" />
          </mxGeometry>
        </mxCell>
        <mxCell id="4FhU8_3ytNa-HGq9HzIw-13" edge="1" parent="1" style="edgeStyle=orthogonalEdgeStyle;rounded=0;orthogonalLoop=1;jettySize=auto;html=1;">
          <mxGeometry relative="1" as="geometry">
            <mxPoint x="240" y="390" as="sourcePoint" />
            <mxPoint x="280" y="390" as="targetPoint" />
          </mxGeometry>
        </mxCell>
        <mxCell id="4FhU8_3ytNa-HGq9HzIw-14" edge="1" parent="1" style="edgeStyle=orthogonalEdgeStyle;rounded=0;orthogonalLoop=1;jettySize=auto;html=1;">
          <mxGeometry relative="1" as="geometry">
            <mxPoint x="240" y="470" as="sourcePoint" />
            <mxPoint x="280" y="470" as="targetPoint" />
          </mxGeometry>
        </mxCell>
        <mxCell id="4FhU8_3ytNa-HGq9HzIw-15" edge="1" parent="1" style="edgeStyle=orthogonalEdgeStyle;rounded=0;orthogonalLoop=1;jettySize=auto;html=1;">
          <mxGeometry relative="1" as="geometry">
            <mxPoint x="240" y="550" as="sourcePoint" />
            <mxPoint x="280" y="550" as="targetPoint" />
          </mxGeometry>
        </mxCell>
        <mxCell id="4FhU8_3ytNa-HGq9HzIw-16" edge="1" parent="1" style="endArrow=classic;html=1;rounded=0;entryX=0.5;entryY=1;entryDx=0;entryDy=0;fillColor=#ffe6cc;strokeColor=#d79b00;" value="">
          <mxGeometry height="50" relative="1" width="50" as="geometry">
            <mxPoint x="339.86" y="610" as="sourcePoint" />
            <mxPoint x="339.85999999999996" y="580" as="targetPoint" />
          </mxGeometry>
        </mxCell>
        <mxCell id="4FhU8_3ytNa-HGq9HzIw-17" edge="1" parent="1" style="endArrow=classic;html=1;rounded=0;entryX=0.5;entryY=1;entryDx=0;entryDy=0;fillColor=#f8cecc;strokeColor=#b85450;" value="">
          <mxGeometry height="50" relative="1" width="50" as="geometry">
            <mxPoint x="499.86" y="600" as="sourcePoint" />
            <mxPoint x="499.86" y="580" as="targetPoint" />
          </mxGeometry>
        </mxCell>
        <mxCell id="4FhU8_3ytNa-HGq9HzIw-18" edge="1" parent="1" style="endArrow=none;html=1;rounded=0;fillColor=#f8cecc;strokeColor=#b85450;" value="">
          <mxGeometry height="50" relative="1" width="50" as="geometry">
            <mxPoint x="500" y="600" as="sourcePoint" />
            <mxPoint x="640" y="600" as="targetPoint" />
          </mxGeometry>
        </mxCell>
        <mxCell id="4FhU8_3ytNa-HGq9HzIw-19" edge="1" parent="1" style="endArrow=none;html=1;rounded=0;fillColor=#fff2cc;strokeColor=#d6b656;" value="">
          <mxGeometry height="50" relative="1" width="50" as="geometry">
            <mxPoint x="340" y="610" as="sourcePoint" />
            <mxPoint x="640" y="610" as="targetPoint" />
          </mxGeometry>
        </mxCell>
        <mxCell id="Y27FuvalkqwhmIXFjHxQ-1" edge="1" parent="1" style="endArrow=none;html=1;rounded=0;strokeWidth=3;" value="">
          <mxGeometry height="50" relative="1" width="50" as="geometry">
            <mxPoint x="560" y="310" as="sourcePoint" />
            <mxPoint x="600" y="310" as="targetPoint" />
          </mxGeometry>
        </mxCell>
        <mxCell id="Y27FuvalkqwhmIXFjHxQ-2" edge="1" parent="1" style="endArrow=none;html=1;rounded=0;strokeWidth=3;" value="">
          <mxGeometry height="50" relative="1" width="50" as="geometry">
            <mxPoint x="560" y="389.8" as="sourcePoint" />
            <mxPoint x="600" y="389.8" as="targetPoint" />
          </mxGeometry>
        </mxCell>
        <mxCell id="Y27FuvalkqwhmIXFjHxQ-3" edge="1" parent="1" style="endArrow=none;html=1;rounded=0;strokeWidth=3;" value="">
          <mxGeometry height="50" relative="1" width="50" as="geometry">
            <mxPoint x="560" y="469.8" as="sourcePoint" />
            <mxPoint x="600" y="469.8" as="targetPoint" />
          </mxGeometry>
        </mxCell>
        <mxCell id="Y27FuvalkqwhmIXFjHxQ-4" edge="1" parent="1" style="endArrow=none;html=1;rounded=0;strokeWidth=3;" value="">
          <mxGeometry height="50" relative="1" width="50" as="geometry">
            <mxPoint x="560" y="550" as="sourcePoint" />
            <mxPoint x="600" y="550" as="targetPoint" />
          </mxGeometry>
        </mxCell>
        <mxCell id="Y27FuvalkqwhmIXFjHxQ-5" edge="1" parent="1" source="0dXxwzbn42iffygLzoBh-4" style="endArrow=none;html=1;rounded=0;strokeWidth=3;" value="">
          <mxGeometry height="50" relative="1" width="50" as="geometry">
            <mxPoint x="600" y="550" as="sourcePoint" />
            <mxPoint x="600" y="310" as="targetPoint" />
          </mxGeometry>
        </mxCell>
        <mxCell id="Y27FuvalkqwhmIXFjHxQ-6" edge="1" parent="1" style="endArrow=classic;html=1;rounded=0;strokeWidth=3;" value="">
          <mxGeometry height="50" relative="1" width="50" as="geometry">
            <mxPoint x="600" y="430" as="sourcePoint" />
            <mxPoint x="640" y="430" as="targetPoint" />
          </mxGeometry>
        </mxCell>
        <mxCell id="0dXxwzbn42iffygLzoBh-1" parent="1" style="rounded=1;whiteSpace=wrap;html=1;fillColor=#e1d5e7;strokeColor=#9673a6;fontStyle=1" value="32 bit output" vertex="1">
          <mxGeometry height="80" width="40" x="640" y="400" as="geometry" />
        </mxCell>
        <mxCell id="0dXxwzbn42iffygLzoBh-3" edge="1" parent="1" source="0dXxwzbn42iffygLzoBh-7" style="endArrow=none;html=1;rounded=0;strokeWidth=3;" target="0dXxwzbn42iffygLzoBh-4" value="">
          <mxGeometry height="50" relative="1" width="50" as="geometry">
            <mxPoint x="600" y="550" as="sourcePoint" />
            <mxPoint x="600" y="310" as="targetPoint" />
          </mxGeometry>
        </mxCell>
        <mxCell id="0dXxwzbn42iffygLzoBh-4" parent="1" style="shape=waypoint;sketch=0;fillStyle=solid;size=6;pointerEvents=1;points=[];fillColor=none;resizable=0;rotatable=0;perimeter=centerPerimeter;snapToPoint=1;" value="" vertex="1">
          <mxGeometry height="20" width="20" x="590" y="380" as="geometry" />
        </mxCell>
        <mxCell id="0dXxwzbn42iffygLzoBh-5" parent="1" style="shape=waypoint;sketch=0;fillStyle=solid;size=6;pointerEvents=1;points=[];fillColor=none;resizable=0;rotatable=0;perimeter=centerPerimeter;snapToPoint=1;" value="" vertex="1">
          <mxGeometry height="20" width="20" x="590" y="420" as="geometry" />
        </mxCell>
        <mxCell id="0dXxwzbn42iffygLzoBh-6" edge="1" parent="1" style="endArrow=none;html=1;rounded=0;strokeWidth=3;" target="0dXxwzbn42iffygLzoBh-7" value="">
          <mxGeometry height="50" relative="1" width="50" as="geometry">
            <mxPoint x="600" y="550" as="sourcePoint" />
            <mxPoint x="600" y="390" as="targetPoint" />
          </mxGeometry>
        </mxCell>
        <mxCell id="0dXxwzbn42iffygLzoBh-7" parent="1" style="shape=waypoint;sketch=0;fillStyle=solid;size=6;pointerEvents=1;points=[];fillColor=none;resizable=0;rotatable=0;perimeter=centerPerimeter;snapToPoint=1;" value="" vertex="1">
          <mxGeometry height="20" width="20" x="590" y="460" as="geometry" />
        </mxCell>
        <mxCell id="YFCXRl7140KZuvFQboWs-1" parent="1" style="text;html=1;whiteSpace=wrap;strokeColor=none;fillColor=none;align=center;verticalAlign=middle;rounded=0;" value="dec_en" vertex="1">
          <mxGeometry height="20" width="70" x="620" y="580" as="geometry" />
        </mxCell>
        <mxCell id="YFCXRl7140KZuvFQboWs-2" parent="1" style="text;html=1;whiteSpace=wrap;strokeColor=none;fillColor=none;align=center;verticalAlign=middle;rounded=0;" value="shift" vertex="1">
          <mxGeometry height="20" width="60" x="625" y="610" as="geometry" />
        </mxCell>
        <mxCell id="KodPqWTuBWEgRH-Iei6Q-1" parent="1" style="text;html=1;whiteSpace=wrap;strokeColor=none;fillColor=none;align=center;verticalAlign=middle;rounded=0;" value="8 bit [31:24]" vertex="1">
          <mxGeometry height="30" width="70" x="560" y="280" as="geometry" />
        </mxCell>
        <mxCell id="KodPqWTuBWEgRH-Iei6Q-2" parent="1" style="text;html=1;whiteSpace=wrap;strokeColor=none;fillColor=none;align=center;verticalAlign=middle;rounded=0;" value="8 bit [23:16]" vertex="1">
          <mxGeometry height="30" width="70" x="560" y="360" as="geometry" />
        </mxCell>
        <mxCell id="KodPqWTuBWEgRH-Iei6Q-3" parent="1" style="text;html=1;whiteSpace=wrap;strokeColor=none;fillColor=none;align=center;verticalAlign=middle;rounded=0;" value="8 bit [15:8]" vertex="1">
          <mxGeometry height="30" width="70" x="560" y="440" as="geometry" />
        </mxCell>
        <mxCell id="KodPqWTuBWEgRH-Iei6Q-4" parent="1" style="text;html=1;whiteSpace=wrap;strokeColor=none;fillColor=none;align=center;verticalAlign=middle;rounded=0;" value="8 bit [7:0]" vertex="1">
          <mxGeometry height="30" width="70" x="560" y="520" as="geometry" />
        </mxCell>
        <mxCell id="6H31x1Nu35Kd_6djOqIf-1" parent="1" style="text;html=1;whiteSpace=wrap;strokeColor=none;fillColor=none;align=center;verticalAlign=middle;rounded=0;" value="serial_i_1" vertex="1">
          <mxGeometry height="30" width="70" x="170" y="295" as="geometry" />
        </mxCell>
        <mxCell id="6H31x1Nu35Kd_6djOqIf-2" parent="1" style="text;html=1;whiteSpace=wrap;strokeColor=none;fillColor=none;align=center;verticalAlign=middle;rounded=0;" value="serial_i_2" vertex="1">
          <mxGeometry height="30" width="70" x="170" y="374.9" as="geometry" />
        </mxCell>
        <mxCell id="6H31x1Nu35Kd_6djOqIf-3" parent="1" style="text;html=1;whiteSpace=wrap;strokeColor=none;fillColor=none;align=center;verticalAlign=middle;rounded=0;" value="serial_i_3" vertex="1">
          <mxGeometry height="30" width="70" x="170" y="455" as="geometry" />
        </mxCell>
        <mxCell id="6H31x1Nu35Kd_6djOqIf-4" parent="1" style="text;html=1;whiteSpace=wrap;strokeColor=none;fillColor=none;align=center;verticalAlign=middle;rounded=0;" value="serial_i_4" vertex="1">
          <mxGeometry height="30" width="70" x="170" y="535" as="geometry" />
        </mxCell>
      </root>
    </mxGraphModel>
  </diagram>
-   <diagram id="EmpDpsy_r7q6UUkdSIuZ" name="CTL">
+   <diagram id="EmpDpsy_r7q6UUkdSIuZ" name="CTL FSM">
    <mxGraphModel dx="449" dy="631" grid="1" gridSize="10" guides="1" tooltips="1" connect="1" arrows="1" fold="1" page="1" pageScale="1" pageWidth="850" pageHeight="1100" math="0" shadow="0">
      <root>
        <mxCell id="0" />
        <mxCell id="1" parent="0" />
        <mxCell id="EW58-9rXSnDX6RP6FTQy-5" edge="1" parent="1" source="EW58-9rXSnDX6RP6FTQy-1" style="edgeStyle=orthogonalEdgeStyle;rounded=0;orthogonalLoop=1;jettySize=auto;html=1;entryX=0;entryY=0.5;entryDx=0;entryDy=0;" target="EW58-9rXSnDX6RP6FTQy-2">
          <mxGeometry relative="1" as="geometry" />
        </mxCell>
        <mxCell id="EW58-9rXSnDX6RP6FTQy-1" parent="1" style="ellipse;whiteSpace=wrap;html=1;" value="IDLE" vertex="1">
          <mxGeometry height="80" width="120" x="240" y="70" as="geometry" />
        </mxCell>
        <mxCell id="EW58-9rXSnDX6RP6FTQy-6" edge="1" parent="1" source="EW58-9rXSnDX6RP6FTQy-2" style="edgeStyle=orthogonalEdgeStyle;rounded=0;orthogonalLoop=1;jettySize=auto;html=1;entryX=0.5;entryY=0;entryDx=0;entryDy=0;" target="EW58-9rXSnDX6RP6FTQy-3">
          <mxGeometry relative="1" as="geometry" />
        </mxCell>
        <mxCell id="EW58-9rXSnDX6RP6FTQy-2" parent="1" style="ellipse;whiteSpace=wrap;html=1;" value="ENCODER&lt;br&gt;-------------&lt;br&gt;enc_en = 1" vertex="1">
          <mxGeometry height="80" width="120" x="440" y="70" as="geometry" />
        </mxCell>
        <mxCell id="4sdpeompC0_zFdnh-VaF-34" edge="1" parent="1" source="EW58-9rXSnDX6RP6FTQy-3" style="edgeStyle=orthogonalEdgeStyle;rounded=0;orthogonalLoop=1;jettySize=auto;html=1;" target="EW58-9rXSnDX6RP6FTQy-4" value="">
          <mxGeometry relative="1" as="geometry" />
        </mxCell>
        <mxCell id="EW58-9rXSnDX6RP6FTQy-3" parent="1" style="ellipse;whiteSpace=wrap;html=1;" value="LOAD&lt;div&gt;-------------&lt;br&gt;load = 1&lt;/div&gt;&lt;div&gt;start_o = 1&lt;/div&gt;" vertex="1">
          <mxGeometry height="80" width="120" x="440" y="200" as="geometry" />
        </mxCell>
        <mxCell id="EW58-9rXSnDX6RP6FTQy-4" parent="1" style="ellipse;whiteSpace=wrap;html=1;" value="SHIFT&lt;br&gt;-------------&lt;br&gt;shift = 1" vertex="1">
          <mxGeometry height="80" width="120" x="440" y="320" as="geometry" />
        </mxCell>
        <mxCell id="4sdpeompC0_zFdnh-VaF-1" parent="1" style="text;html=1;whiteSpace=wrap;strokeColor=none;fillColor=none;align=center;verticalAlign=middle;rounded=0;rotation=29;" value="bit_count == 10" vertex="1">
          <mxGeometry height="20" width="100" x="340" y="300" as="geometry" />
        </mxCell>
        <mxCell id="4sdpeompC0_zFdnh-VaF-3" parent="1" style="text;html=1;whiteSpace=wrap;strokeColor=none;fillColor=none;align=center;verticalAlign=middle;rounded=0;" value="i_enc" vertex="1">
          <mxGeometry height="20" width="50" x="370" y="90" as="geometry" />
        </mxCell>
        <mxCell id="4sdpeompC0_zFdnh-VaF-7" edge="1" parent="1" source="EW58-9rXSnDX6RP6FTQy-1" style="edgeStyle=orthogonalEdgeStyle;rounded=0;orthogonalLoop=1;jettySize=auto;html=1;exitX=0;exitY=0;exitDx=0;exitDy=0;entryX=0;entryY=0.5;entryDx=0;entryDy=0;curved=1;innerLoopWaypoints=1;" target="EW58-9rXSnDX6RP6FTQy-1">
          <mxGeometry relative="1" as="geometry">
            <Array as="points">
              <mxPoint x="257.6" y="70" />
              <mxPoint x="210" y="70" />
              <mxPoint x="210" y="110" />
            </Array>
          </mxGeometry>
        </mxCell>
        <mxCell id="4sdpeompC0_zFdnh-VaF-8" edge="1" parent="1" style="endArrow=classic;html=1;rounded=0;entryX=0.5;entryY=0;entryDx=0;entryDy=0;" target="EW58-9rXSnDX6RP6FTQy-1" value="">
          <mxGeometry height="50" relative="1" width="50" as="geometry">
            <mxPoint x="300" y="30" as="sourcePoint" />
            <mxPoint x="340" y="-50" as="targetPoint" />
          </mxGeometry>
        </mxCell>
        <mxCell id="4sdpeompC0_zFdnh-VaF-9" parent="1" style="text;html=1;whiteSpace=wrap;strokeColor=none;fillColor=none;align=center;verticalAlign=middle;rounded=0;" value="rst_n" vertex="1">
          <mxGeometry height="20" width="40" x="300" y="30" as="geometry" />
        </mxCell>
        <mxCell id="4sdpeompC0_zFdnh-VaF-10" edge="1" parent="1" source="4sdpeompC0_zFdnh-VaF-11" style="edgeStyle=orthogonalEdgeStyle;rounded=0;orthogonalLoop=1;jettySize=auto;html=1;entryX=0;entryY=0.5;entryDx=0;entryDy=0;" target="4sdpeompC0_zFdnh-VaF-13">
          <mxGeometry relative="1" as="geometry" />
        </mxCell>
        <mxCell id="4sdpeompC0_zFdnh-VaF-11" parent="1" style="ellipse;whiteSpace=wrap;html=1;" value="IDLE" vertex="1">
          <mxGeometry height="80" width="120" x="120" y="480" as="geometry" />
        </mxCell>
        <mxCell id="4sdpeompC0_zFdnh-VaF-25" edge="1" parent="1" source="4sdpeompC0_zFdnh-VaF-13" style="edgeStyle=orthogonalEdgeStyle;rounded=0;orthogonalLoop=1;jettySize=auto;html=1;exitX=1;exitY=1;exitDx=0;exitDy=0;entryX=1;entryY=0;entryDx=0;entryDy=0;" target="4sdpeompC0_zFdnh-VaF-15">
          <mxGeometry relative="1" as="geometry" />
        </mxCell>
        <mxCell id="4sdpeompC0_zFdnh-VaF-13" parent="1" style="ellipse;whiteSpace=wrap;html=1;" value="SHIFT&lt;br&gt;-------------&lt;br&gt;shift = 1" vertex="1">
          <mxGeometry height="80" width="120" x="320" y="480" as="geometry" />
        </mxCell>
        <mxCell id="4sdpeompC0_zFdnh-VaF-37" edge="1" parent="1" source="4sdpeompC0_zFdnh-VaF-15" style="edgeStyle=orthogonalEdgeStyle;rounded=0;orthogonalLoop=1;jettySize=auto;html=1;" target="4sdpeompC0_zFdnh-VaF-31" value="">
          <mxGeometry relative="1" as="geometry" />
        </mxCell>
        <mxCell id="4sdpeompC0_zFdnh-VaF-15" parent="1" style="ellipse;whiteSpace=wrap;html=1;" value="DECODER&lt;div&gt;-------------&lt;br&gt;dec_en = 1&lt;/div&gt;" vertex="1">
          <mxGeometry height="80" width="120" x="320" y="640" as="geometry" />
        </mxCell>
        <mxCell id="4sdpeompC0_zFdnh-VaF-18" parent="1" style="text;html=1;whiteSpace=wrap;strokeColor=none;fillColor=none;align=center;verticalAlign=middle;rounded=0;rotation=0;" value="bit_count == 10" vertex="1">
          <mxGeometry height="20" width="100" x="420" y="590" as="geometry" />
        </mxCell>
        <mxCell id="4sdpeompC0_zFdnh-VaF-20" edge="1" parent="1" source="4sdpeompC0_zFdnh-VaF-11" style="edgeStyle=orthogonalEdgeStyle;rounded=0;orthogonalLoop=1;jettySize=auto;html=1;exitX=0;exitY=0;exitDx=0;exitDy=0;entryX=0;entryY=0.5;entryDx=0;entryDy=0;curved=1;innerLoopWaypoints=1;" target="4sdpeompC0_zFdnh-VaF-11">
          <mxGeometry relative="1" as="geometry">
            <Array as="points">
              <mxPoint x="137.6" y="480" />
              <mxPoint x="90" y="480" />
              <mxPoint x="90" y="520" />
            </Array>
          </mxGeometry>
        </mxCell>
        <mxCell id="4sdpeompC0_zFdnh-VaF-21" edge="1" parent="1" style="endArrow=classic;html=1;rounded=0;entryX=0.5;entryY=0;entryDx=0;entryDy=0;" target="4sdpeompC0_zFdnh-VaF-11" value="">
          <mxGeometry height="50" relative="1" width="50" as="geometry">
            <mxPoint x="180" y="440" as="sourcePoint" />
            <mxPoint x="220" y="360" as="targetPoint" />
          </mxGeometry>
        </mxCell>
        <mxCell id="4sdpeompC0_zFdnh-VaF-22" parent="1" style="text;html=1;whiteSpace=wrap;strokeColor=none;fillColor=none;align=center;verticalAlign=middle;rounded=0;" value="rst_n" vertex="1">
          <mxGeometry height="20" width="40" x="180" y="440" as="geometry" />
        </mxCell>
        <mxCell id="4sdpeompC0_zFdnh-VaF-23" parent="1" style="text;html=1;whiteSpace=wrap;strokeColor=none;fillColor=none;align=center;verticalAlign=middle;rounded=0;" value="i_dec" vertex="1">
          <mxGeometry height="20" width="50" x="250.00000000000003" y="500" as="geometry" />
        </mxCell>
        <mxCell id="4sdpeompC0_zFdnh-VaF-30" edge="1" parent="1" source="4sdpeompC0_zFdnh-VaF-13" style="edgeStyle=orthogonalEdgeStyle;rounded=0;orthogonalLoop=1;jettySize=auto;html=1;exitX=0.5;exitY=0;exitDx=0;exitDy=0;entryX=1;entryY=0.5;entryDx=0;entryDy=0;curved=1;" target="4sdpeompC0_zFdnh-VaF-13">
          <mxGeometry relative="1" as="geometry" />
        </mxCell>
        <mxCell id="4sdpeompC0_zFdnh-VaF-31" parent="1" style="ellipse;whiteSpace=wrap;html=1;" value="FINISH&lt;div&gt;-------------&lt;br&gt;dec_en = 0&lt;/div&gt;" vertex="1">
          <mxGeometry height="80" width="120" x="120" y="640" as="geometry" />
        </mxCell>
        <mxCell id="4sdpeompC0_zFdnh-VaF-32" parent="1" style="ellipse;whiteSpace=wrap;html=1;" value="FINISH&lt;div&gt;-------------&lt;br&gt;shift = 0&lt;/div&gt;" vertex="1">
          <mxGeometry height="80" width="120" x="240" y="200" as="geometry" />
        </mxCell>
        <mxCell id="4sdpeompC0_zFdnh-VaF-35" edge="1" parent="1" source="EW58-9rXSnDX6RP6FTQy-4" style="endArrow=classic;html=1;rounded=0;exitX=0;exitY=0;exitDx=0;exitDy=0;entryX=1;entryY=1;entryDx=0;entryDy=0;" target="4sdpeompC0_zFdnh-VaF-32" value="">
          <mxGeometry height="50" relative="1" width="50" as="geometry">
            <mxPoint x="400" y="350" as="sourcePoint" />
            <mxPoint x="450" y="300" as="targetPoint" />
          </mxGeometry>
        </mxCell>
        <mxCell id="4sdpeompC0_zFdnh-VaF-36" edge="1" parent="1" source="4sdpeompC0_zFdnh-VaF-32" style="endArrow=classic;html=1;rounded=0;entryX=0;entryY=1;entryDx=0;entryDy=0;exitX=1;exitY=0;exitDx=0;exitDy=0;" target="EW58-9rXSnDX6RP6FTQy-2" value="">
          <mxGeometry height="50" relative="1" width="50" as="geometry">
            <mxPoint x="380" y="190" as="sourcePoint" />
            <mxPoint x="430" y="140" as="targetPoint" />
          </mxGeometry>
        </mxCell>
        <mxCell id="4sdpeompC0_zFdnh-VaF-38" edge="1" parent="1" source="4sdpeompC0_zFdnh-VaF-31" style="endArrow=classic;html=1;rounded=0;exitX=1;exitY=0;exitDx=0;exitDy=0;entryX=0;entryY=1;entryDx=0;entryDy=0;" target="4sdpeompC0_zFdnh-VaF-13" value="">
          <mxGeometry height="50" relative="1" width="50" as="geometry">
            <mxPoint x="220" y="620" as="sourcePoint" />
            <mxPoint x="270" y="570" as="targetPoint" />
          </mxGeometry>
        </mxCell>
      </root>
    </mxGraphModel>
  </diagram>
</mxfile>
